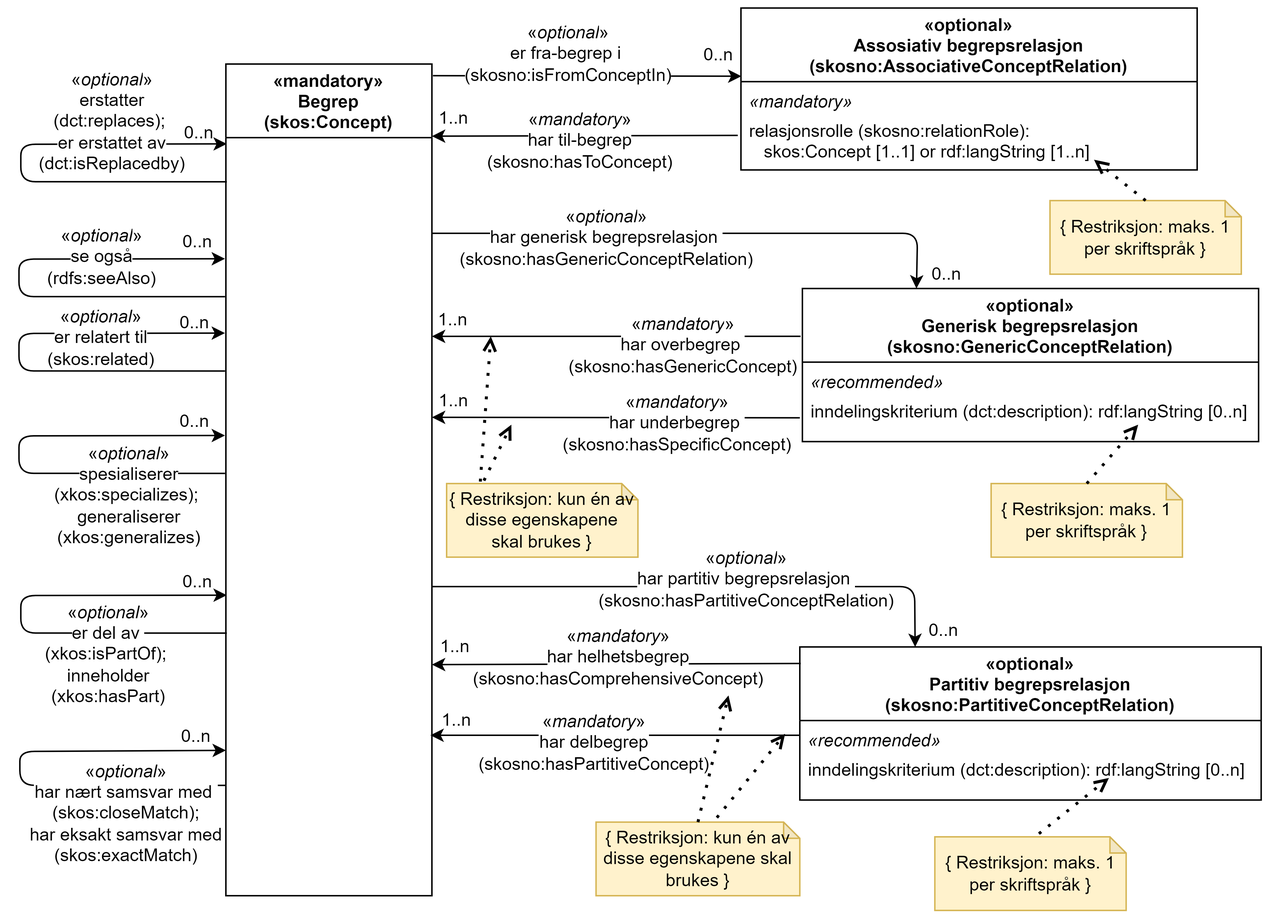
Earlier version of the draw.io export docs/images/SKOS-AP-NO-Begrep-kun-med-begrepsrelasjoner.png (Informasjonsforvaltning/skos-ap-no-begrep). Source tidied: cells renumbered, new cells last; positions are measured from the earlier drawing's top-left corner, leaving out a move shared by most shapes.
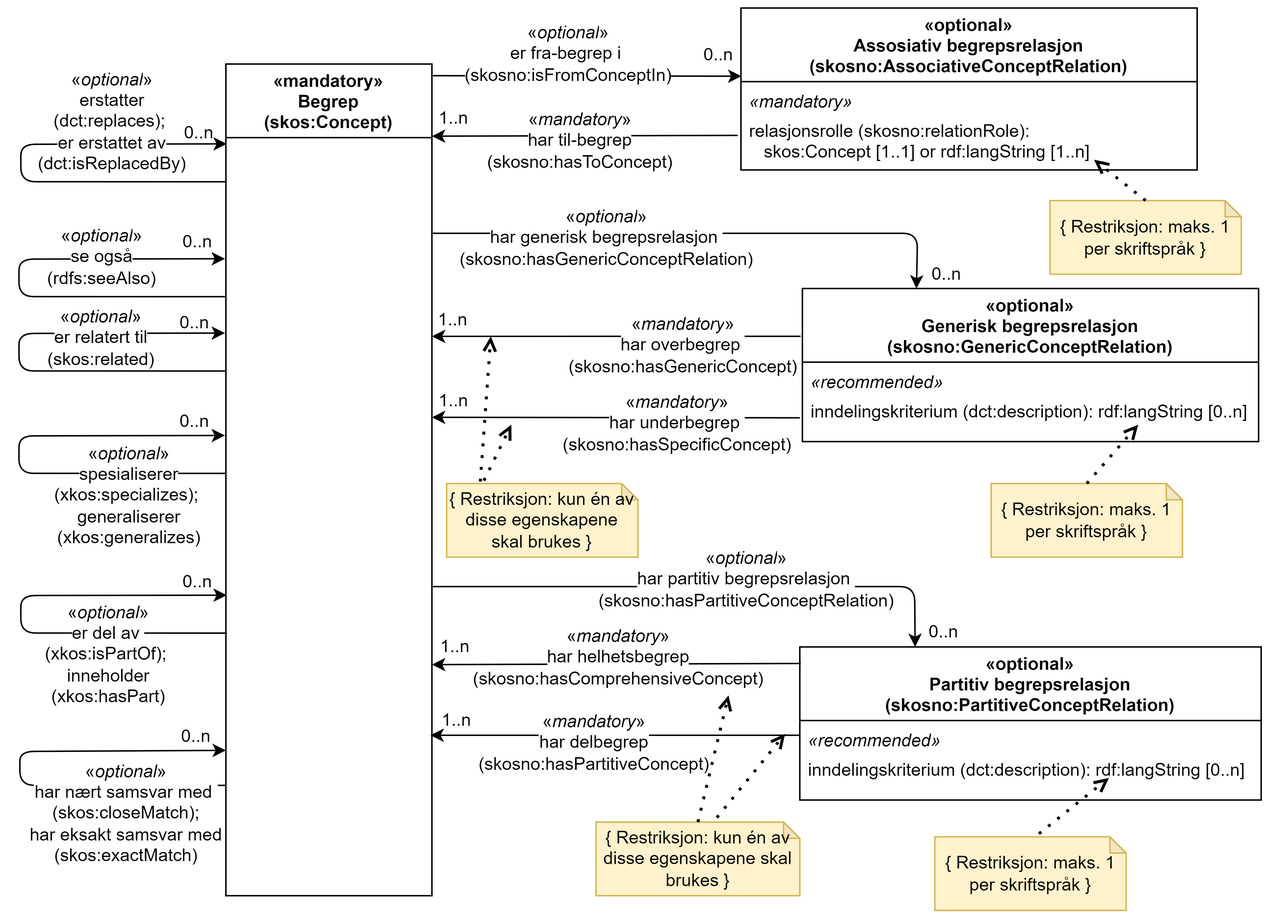
The same file after the commit.

Change to the diagram source:
```diff
@@ -242,7 +242,7 @@
     <mxCell id="58" value="0..n" style="text;html=1;strokeColor=none;fillColor=none;align=center;verticalAlign=middle;whiteSpace=wrap;rounded=0;labelBackgroundColor=none;fontColor=#000000;" parent="1" vertex="1">
       <mxGeometry x="102.9" y="75" width="40" height="20" as="geometry" />
     </mxCell>
-    <mxCell id="59" value="&lt;span style=&quot;background-color: rgb(255, 255, 255);&quot;&gt;&lt;span style=&quot;color: rgb(0, 0, 0); font-family: helvetica; font-size: 12px; font-weight: 400; letter-spacing: normal; text-align: center; text-indent: 0px; text-transform: none; word-spacing: 0px; display: inline; float: none;&quot;&gt;«&lt;/span&gt;&lt;span style=&quot;color: rgb(0, 0, 0); font-family: helvetica; font-size: 12px; font-weight: 400; letter-spacing: normal; text-align: center; text-indent: 0px; text-transform: none; word-spacing: 0px; display: inline; float: none;&quot;&gt;&lt;span&gt;&lt;i&gt;optional&lt;/i&gt;&lt;/span&gt;&lt;/span&gt;&lt;/span&gt;&lt;span style=&quot;color: rgb(0 , 0 , 0) ; font-family: &amp;quot;helvetica&amp;quot; ; font-size: 12px ; font-weight: 400 ; letter-spacing: normal ; text-align: center ; text-indent: 0px ; text-transform: none ; word-spacing: 0px ; display: inline ; float: none&quot;&gt;&lt;span style=&quot;background-color: rgb(255, 255, 255);&quot;&gt;»&lt;br&gt;erstatter&lt;br&gt;(dct:replaces);&amp;nbsp;&lt;br&gt;er erstattet av (dct:isReplacedby)&lt;/span&gt;&lt;br&gt;&lt;/span&gt;" style="text;html=1;strokeColor=none;fillColor=none;align=center;verticalAlign=middle;whiteSpace=wrap;rounded=0;fontStyle=0;" parent="1" vertex="1">
+    <mxCell id="59" value="&lt;span style=&quot;background-color: rgb(255, 255, 255);&quot;&gt;&lt;span style=&quot;color: rgb(0, 0, 0); font-family: helvetica; font-size: 12px; font-weight: 400; letter-spacing: normal; text-align: center; text-indent: 0px; text-transform: none; word-spacing: 0px; display: inline; float: none;&quot;&gt;«&lt;/span&gt;&lt;span style=&quot;color: rgb(0, 0, 0); font-family: helvetica; font-size: 12px; font-weight: 400; letter-spacing: normal; text-align: center; text-indent: 0px; text-transform: none; word-spacing: 0px; display: inline; float: none;&quot;&gt;&lt;span&gt;&lt;i&gt;optional&lt;/i&gt;&lt;/span&gt;&lt;/span&gt;&lt;/span&gt;&lt;span style=&quot;color: rgb(0 , 0 , 0) ; font-family: &amp;quot;helvetica&amp;quot; ; font-size: 12px ; font-weight: 400 ; letter-spacing: normal ; text-align: center ; text-indent: 0px ; text-transform: none ; word-spacing: 0px ; display: inline ; float: none&quot;&gt;&lt;span style=&quot;background-color: rgb(255, 255, 255);&quot;&gt;»&lt;br&gt;erstatter&lt;br&gt;(dct:replaces);&amp;nbsp;&lt;br&gt;er erstattet av (dct:isReplacedBy)&lt;/span&gt;&lt;br&gt;&lt;/span&gt;" style="text;html=1;strokeColor=none;fillColor=none;align=center;verticalAlign=middle;whiteSpace=wrap;rounded=0;fontStyle=0;" parent="1" vertex="1">
       <mxGeometry x="19.1" y="45" width="90" height="65" as="geometry" />
     </mxCell>
     <mxCell id="60" value="{ Restriksjon: maks. 1 per skriftspråk }" style="shape=note;whiteSpace=wrap;html=1;backgroundOutline=1;darkOpacity=0.05;size=11;fillColor=#fff2cc;strokeColor=#d6b656;" parent="1" vertex="1">
```
